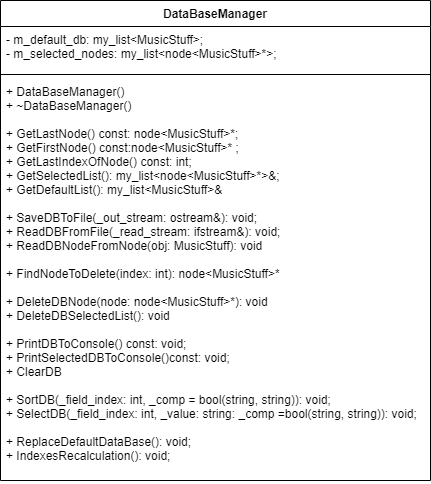
This is diagrams/DataBaseManager.drawio.png from AKTOETO/SUBD_kursovaya-2022, a draw.io export, as it was before one commit. Source tidied: cells renumbered, new cells last; positions are measured from the earlier drawing's top-left corner, leaving out a move shared by most shapes.
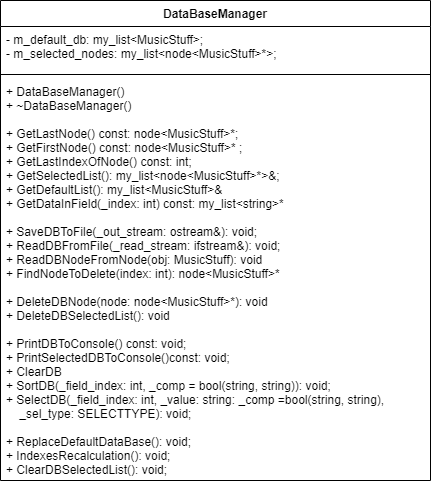
Above is the later version.

What changed in the source:
```diff
@@ -11,7 +11,7 @@
     <mxCell id="4" style="line;strokeWidth=1;fillColor=none;align=left;verticalAlign=middle;spacingTop=-1;spacingLeft=3;spacingRight=3;labelPosition=right;" parent="2" vertex="1">
       <mxGeometry y="70" width="430" height="8" as="geometry" />
     </mxCell>
-    <mxCell id="5" value="+ DataBaseManager()&#10;+ ~DataBaseManager()&#10;&#10;+ GetLastNode() const: node&lt;MusicStuff&gt;*;&#10;+ GetFirstNode() const:node&lt;MusicStuff&gt;* ;&#10;+ GetLastIndexOfNode() const: int;&#10;+ GetSelectedList(): my_list&lt;node&lt;MusicStuff&gt;*&gt;&amp;;&#10;+ GetDefaultList(): my_list&lt;MusicStuff&gt;&amp;&#10;&#10;+ SaveDBToFile(_out_stream: ostream&amp;): void;&#10;+ ReadDBFromFile(_read_stream: ifstream&amp;): void;&#10;+ ReadDBNodeFromNode(obj: MusicStuff): void&#10;&#10;+ FindNodeToDelete(index: int): node&lt;MusicStuff&gt;*&#10; &#10;+ DeleteDBNode(node: node&lt;MusicStuff&gt;*): void&#10;+ DeleteDBSelectedList(): void&#10; &#10;+ PrintDBToConsole() const: void;&#10;+ PrintSelectedDBToConsole()const: void;&#10;+ ClearDB&#10;&#10;+ SortDB(_field_index: int, _comp = bool(string, string)): void;&#10;+ SelectDB(_field_index: int, _value: string: _comp =bool(string, string)): void;&#10;&#10;+ ReplaceDefaultDataBase(): void;&#10;+ IndexesRecalculation(): void;" style="text;strokeColor=none;fillColor=none;align=left;verticalAlign=top;spacingLeft=4;spacingRight=4;overflow=hidden;" parent="2" vertex="1">
+    <mxCell id="5" value="+ DataBaseManager()&#10;+ ~DataBaseManager()&#10;&#10;+ GetLastNode() const: node&lt;MusicStuff&gt;*;&#10;+ GetFirstNode() const: node&lt;MusicStuff&gt;* ;&#10;+ GetLastIndexOfNode() const: int;&#10;+ GetSelectedList(): my_list&lt;node&lt;MusicStuff&gt;*&gt;&amp;;&#10;+ GetDefaultList(): my_list&lt;MusicStuff&gt;&amp;&#10;+ GetDataInField(_index: int) const: my_list&lt;string&gt;*&#10;&#10;+ SaveDBToFile(_out_stream: ostream&amp;): void;&#10;+ ReadDBFromFile(_read_stream: ifstream&amp;): void;&#10;+ ReadDBNodeFromNode(obj: MusicStuff): void&#10;+ FindNodeToDelete(index: int): node&lt;MusicStuff&gt;*&#10; &#10;+ DeleteDBNode(node: node&lt;MusicStuff&gt;*): void&#10;+ DeleteDBSelectedList(): void&#10; &#10;+ PrintDBToConsole() const: void;&#10;+ PrintSelectedDBToConsole()const: void;&#10;+ ClearDB&#10;+ SortDB(_field_index: int, _comp = bool(string, string)): void;&#10;+ SelectDB(_field_index: int, _value: string: _comp =bool(string, string),&#10;    _sel_type: SELECTTYPE): void;&#10;&#10;+ ReplaceDefaultDataBase(): void;&#10;+ IndexesRecalculation(): void;&#10;+ ClearDBSelectedList(): void;" style="text;strokeColor=none;fillColor=none;align=left;verticalAlign=top;spacingLeft=4;spacingRight=4;overflow=hidden;" parent="2" vertex="1">
       <mxGeometry y="78" width="430" height="402" as="geometry" />
     </mxCell>
   </root>
```
